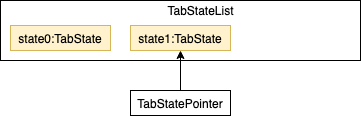
nus-cs2103-AY1920S1/addressbook-level3 keeps this draw.io diagram as docs/images/UndoRedoState1.png. Above is the earlier version. Source tidied: cells renumbered, new cells last; positions are measured from the earlier drawing's top-left corner, leaving out a move shared by most shapes. Source of this version:
```xml
<mxGraphModel>
  <root>
    <mxCell id="0" />
    <mxCell id="1" parent="0" />
    <mxCell id="2" style="rounded=0;whiteSpace=wrap;html=1;" parent="1" vertex="1">
      <mxGeometry width="360" height="60" as="geometry" />
    </mxCell>
    <mxCell id="3" value="TabStateList" style="text;html=1;strokeColor=none;fillColor=none;align=center;verticalAlign=middle;whiteSpace=wrap;rounded=0;" parent="1" vertex="1">
      <mxGeometry x="180" width="40" height="20" as="geometry" />
    </mxCell>
    <mxCell id="4" style="edgeStyle=orthogonalEdgeStyle;rounded=0;jettySize=auto;html=1;startArrow=classic;startFill=1;endArrow=none;endFill=0;exitX=0.5;exitY=1;exitDx=0;exitDy=0;" parent="1" edge="1" source="7" target="6">
      <mxGeometry relative="1" as="geometry" />
    </mxCell>
    <mxCell id="5" value="state0:TabState" style="rounded=0;whiteSpace=wrap;html=1;fillColor=#fff2cc;strokeColor=#d6b656;" parent="1" vertex="1">
      <mxGeometry x="10" y="25" width="100" height="25" as="geometry" />
    </mxCell>
    <mxCell id="6" value="TabStatePointer" style="rounded=0;whiteSpace=wrap;html=1;" parent="1" vertex="1">
      <mxGeometry x="130" y="90" width="100" height="25" as="geometry" />
    </mxCell>
    <mxCell id="7" value="state1:TabState" style="rounded=0;whiteSpace=wrap;html=1;fillColor=#fff2cc;strokeColor=#d6b656;" parent="1" vertex="1">
      <mxGeometry x="130" y="25" width="100" height="25" as="geometry" />
    </mxCell>
  </root>
</mxGraphModel>
```
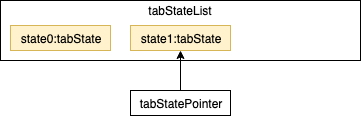
The same diagram one commit later.

Commit message:
Updated undo redo images.

What changed in the source:
```diff
@@ -5,19 +5,19 @@
     <mxCell id="2" style="rounded=0;whiteSpace=wrap;html=1;" parent="1" vertex="1">
       <mxGeometry width="360" height="60" as="geometry" />
     </mxCell>
-    <mxCell id="3" value="TabStateList" style="text;html=1;strokeColor=none;fillColor=none;align=center;verticalAlign=middle;whiteSpace=wrap;rounded=0;" parent="1" vertex="1">
-      <mxGeometry x="180" width="40" height="20" as="geometry" />
+    <mxCell id="3" value="tabStateList" style="text;html=1;strokeColor=none;fillColor=none;align=center;verticalAlign=middle;whiteSpace=wrap;rounded=0;" parent="1" vertex="1">
+      <mxGeometry x="160" width="40" height="20" as="geometry" />
     </mxCell>
     <mxCell id="4" style="edgeStyle=orthogonalEdgeStyle;rounded=0;jettySize=auto;html=1;startArrow=classic;startFill=1;endArrow=none;endFill=0;exitX=0.5;exitY=1;exitDx=0;exitDy=0;" parent="1" edge="1" source="7" target="6">
       <mxGeometry relative="1" as="geometry" />
     </mxCell>
-    <mxCell id="5" value="state0:TabState" style="rounded=0;whiteSpace=wrap;html=1;fillColor=#fff2cc;strokeColor=#d6b656;" parent="1" vertex="1">
+    <mxCell id="5" value="state0:tabState" style="rounded=0;whiteSpace=wrap;html=1;fillColor=#fff2cc;strokeColor=#d6b656;" parent="1" vertex="1">
       <mxGeometry x="10" y="25" width="100" height="25" as="geometry" />
     </mxCell>
-    <mxCell id="6" value="TabStatePointer" style="rounded=0;whiteSpace=wrap;html=1;" parent="1" vertex="1">
+    <mxCell id="6" value="tabStatePointer" style="rounded=0;whiteSpace=wrap;html=1;" parent="1" vertex="1">
       <mxGeometry x="130" y="90" width="100" height="25" as="geometry" />
     </mxCell>
-    <mxCell id="7" value="state1:TabState" style="rounded=0;whiteSpace=wrap;html=1;fillColor=#fff2cc;strokeColor=#d6b656;" parent="1" vertex="1">
+    <mxCell id="7" value="state1:tabState" style="rounded=0;whiteSpace=wrap;html=1;fillColor=#fff2cc;strokeColor=#d6b656;" parent="1" vertex="1">
       <mxGeometry x="130" y="25" width="100" height="25" as="geometry" />
     </mxCell>
   </root>
```
